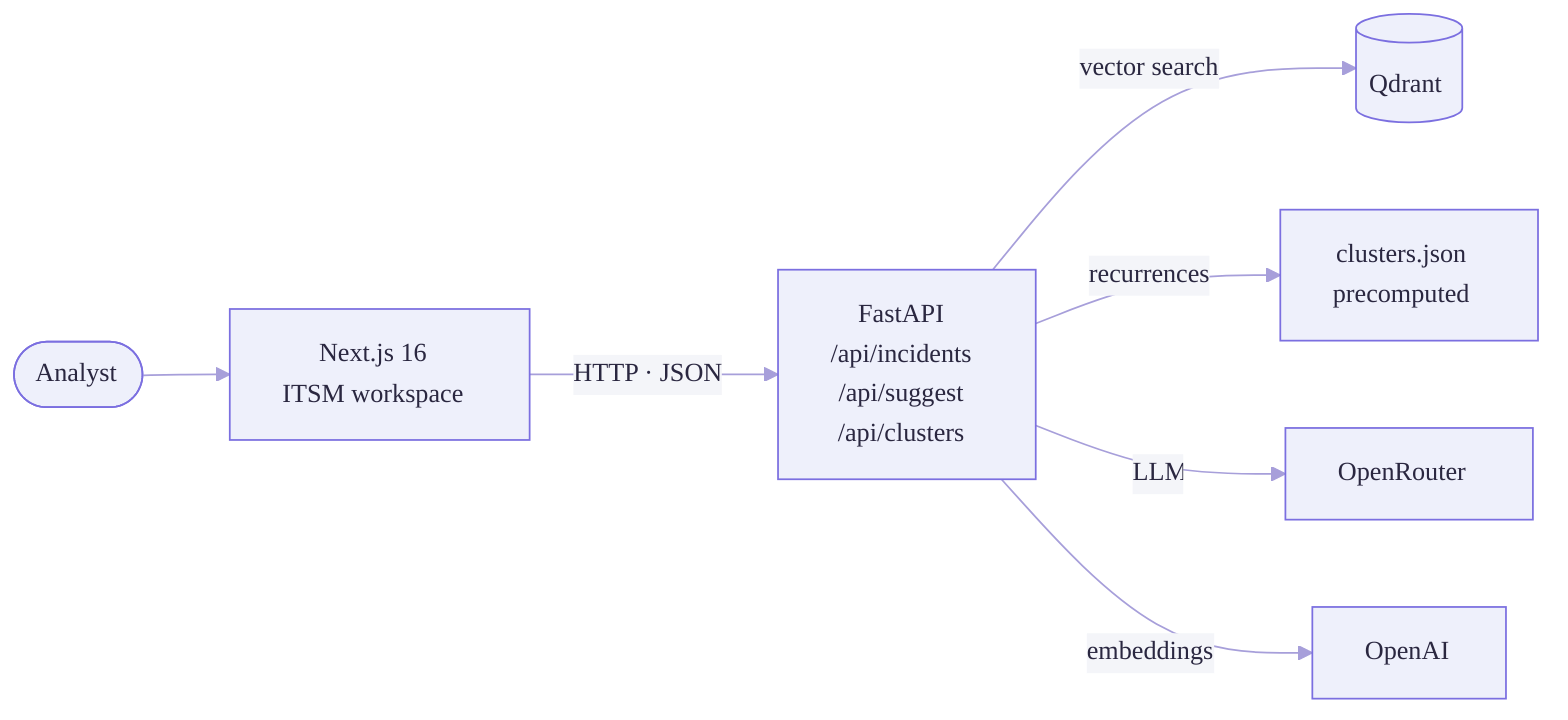
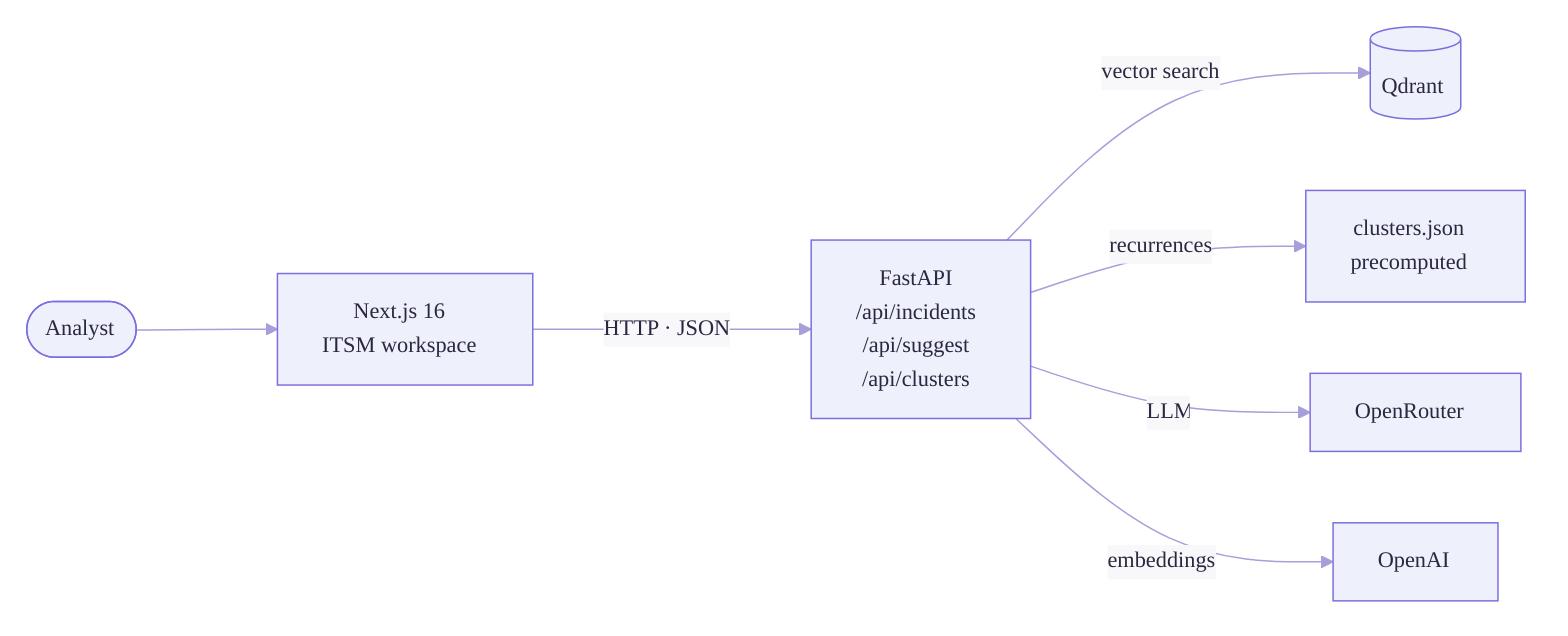
- %%{init: {"theme":"base","themeVariables":{"fontFamily":"ui-sans-serif, system-ui, sans-serif","fontSize":"15px","primaryColor":"#eef0fb","primaryBorderColor":"#7b6fe0","primaryTextColor":"#2a2740","lineColor":"#a79fda","secondaryColor":"#f4f5f9","tertiaryColor":"#ffffff"}}}%%
+ %%{init: {"theme":"base","flowchart":{"diagramPadding":18,"nodeSpacing":48,"rankSpacing":95,"htmlLabels":true},"themeVariables":{"fontFamily":"ui-sans-serif, system-ui, sans-serif","fontSize":"15px","primaryColor":"#eef0fb","primaryBorderColor":"#7b6fe0","primaryTextColor":"#2a2740","lineColor":"#a79fda","secondaryColor":"#f4f5f9","tertiaryColor":"#ffffff","edgeLabelBackground":"#f8f8fb"}}}%%
flowchart LR
  U(["Analyst"]) --> W["Next.js 16<br/>ITSM workspace"]
  W -->|"HTTP · JSON"| API["FastAPI<br/>/api/incidents<br/>/api/suggest<br/>/api/clusters"]
  API -->|"vector search"| Q[("Qdrant")]
  API -->|"recurrences"| P["clusters.json<br/>precomputed"]
  API -->|"LLM"| OR["OpenRouter"]
  API -->|"embeddings"| OA["OpenAI"]
